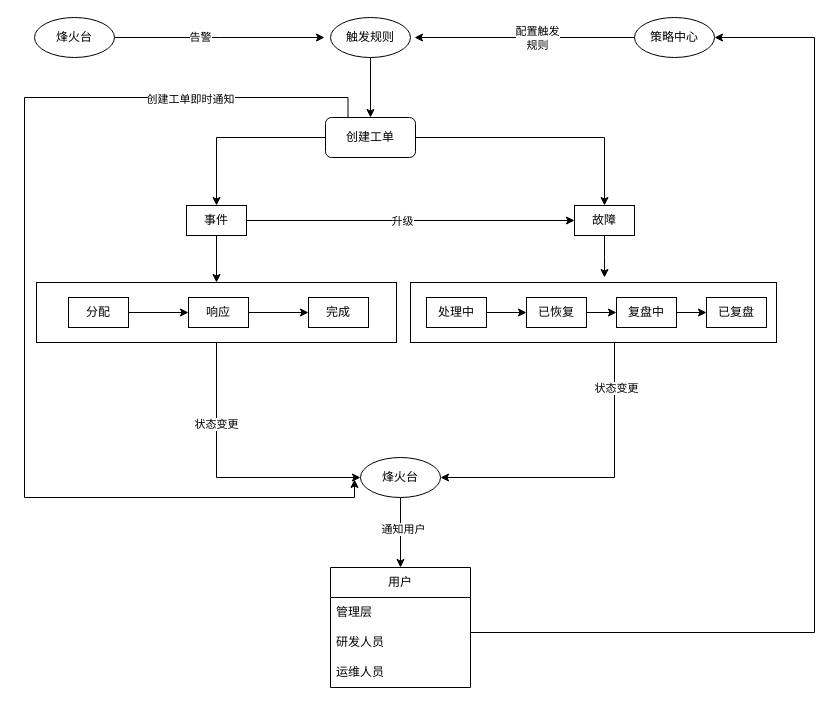
Before: resources/运维事件中心4.drawio in buleice/-, a draw.io diagram. Source tidied: cells renumbered, new cells numbered last; positions are measured from the earlier drawing's top-left corner, leaving out a move shared by most shapes. Both pictures are drawn from the tidied source at 100%, with x=0, y=0 at pixel (24, 17).
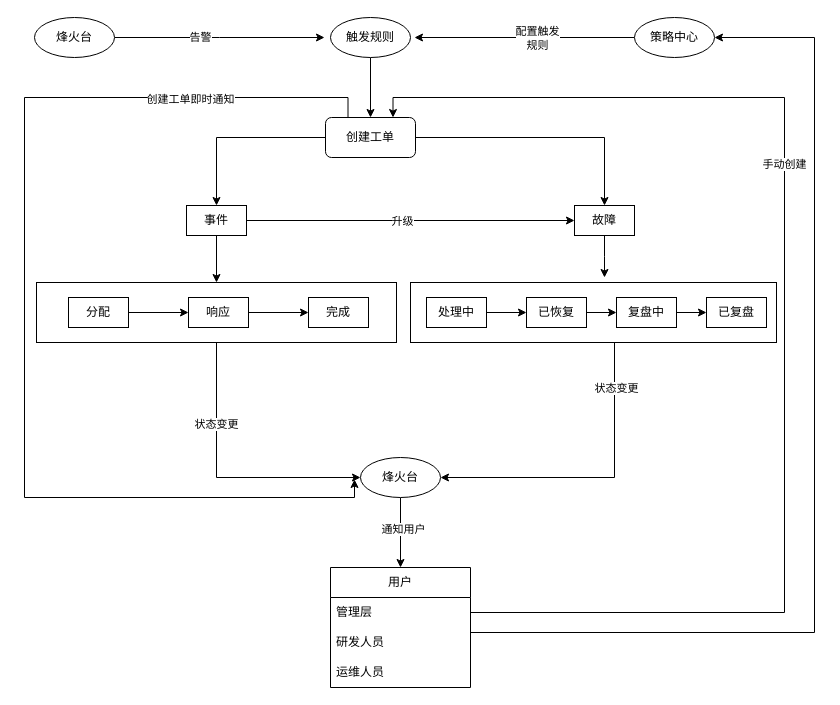
The same page after the edit.

Commit message:
更新运维事件中心4.drawio

The change refers to these unchanged cells:
```xml
<mxCell id="3" value="管理层" style="text;strokeColor=none;fillColor=none;align=left;verticalAlign=middle;spacingLeft=4;spacingRight=4;overflow=hidden;points=[[0,0.5],[1,0.5]];portConstraint=eastwest;whiteSpace=wrap;html=1;" parent="2" vertex="1">
  <mxGeometry y="30" width="140" height="30" as="geometry" />
</mxCell>
<mxCell id="12" value="创建工单" style="rounded=1;whiteSpace=wrap;html=1;" parent="1" vertex="1">
  <mxGeometry x="301" y="100" width="90" height="40" as="geometry" />
</mxCell>
```

The edit, as a diff of the source:
```diff
@@
+    <mxCell id="49" style="edgeStyle=orthogonalEdgeStyle;rounded=0;jettySize=auto;html=1;exitX=1;exitY=0.5;exitDx=0;exitDy=0;entryX=0.75;entryY=0;entryDx=0;entryDy=0;" parent="1" edge="1" source="3" target="12">
+      <mxGeometry relative="1" as="geometry">
+        <Array as="points">
+          <mxPoint x="760" y="595" />
+          <mxPoint x="760" y="80" />
+          <mxPoint x="369" y="80" />
+        </Array>
+      </mxGeometry>
+    </mxCell>
+    <mxCell id="50" value="手动创建" style="edgeLabel;html=1;align=center;verticalAlign=middle;" parent="49" vertex="1">
+      <mxGeometry x="0.23" y="1" relative="1" as="geometry" />
+    </mxCell>
```
